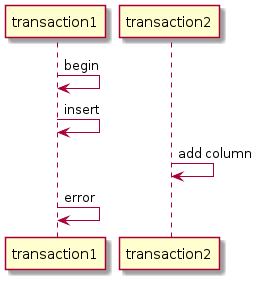
Before: doc/png/online_use_case_01.png, a diagram exported from PlantUML (luyomo/OhMyTiUP). Its diagram source:
```plantuml
@startuml
transaction1 -> transaction1: begin
transaction1 -> transaction1: insert
transaction2 -> transaction2: add column
transaction1 -> transaction1: error
@enduml
```
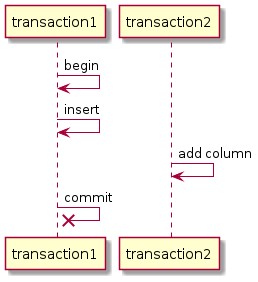
The same file after the commit.

The edit, as a diff of the source:
```diff
@@ -2,5 +2,5 @@
 transaction1 -> transaction1: begin
 transaction1 -> transaction1: insert
 transaction2 -> transaction2: add column
-transaction1 -> transaction1: error
+transaction1 ->x transaction1: commit
 @enduml
```
